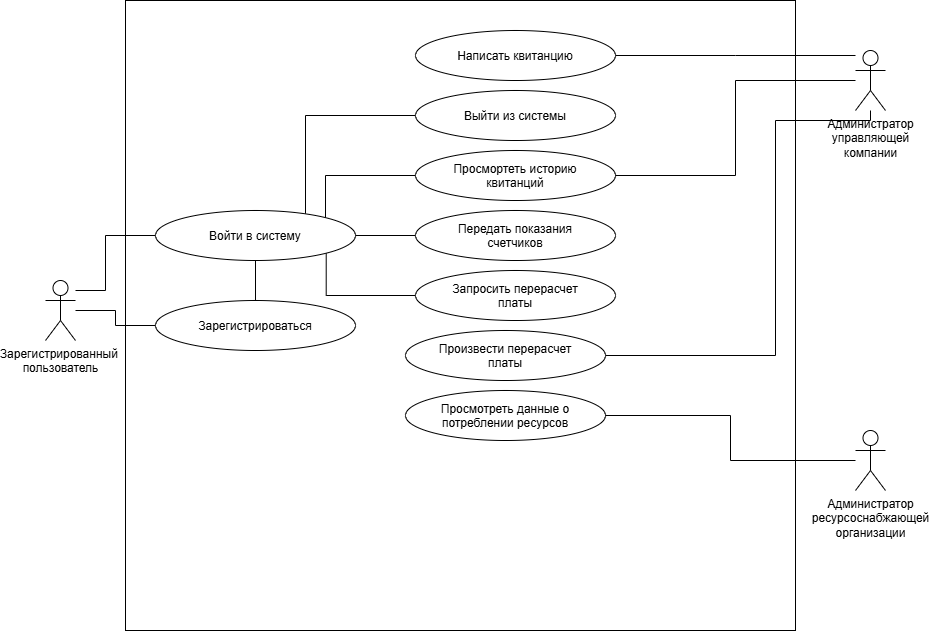
Above: docs/UseCase.png in rizunagd/project0 (draw.io), before the change. Source tidied: cells renumbered, new cells last; positions are measured from the earlier drawing's top-left corner, leaving out a move shared by most shapes.
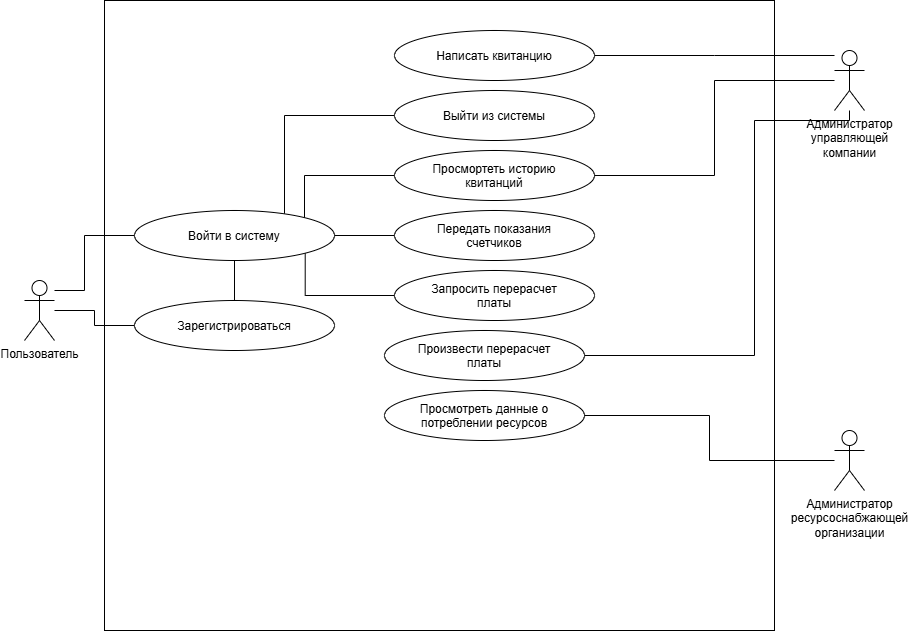
After the change.

Commit message:
исправлен usecase

Diff of the diagram source:
```diff
@@ -16,7 +16,7 @@
     <mxCell id="4" style="edgeStyle=orthogonalEdgeStyle;rounded=0;jettySize=auto;html=1;entryX=0;entryY=0.5;entryDx=0;entryDy=0;endArrow=none;endFill=0;" parent="1" edge="1" source="5" target="25">
       <mxGeometry relative="1" as="geometry" />
     </mxCell>
-    <mxCell id="5" value="Зарегистрированный&amp;nbsp;&lt;div&gt;пользователь&lt;/div&gt;" style="shape=umlActor;verticalLabelPosition=bottom;verticalAlign=top;html=1;outlineConnect=0;" parent="1" vertex="1">
+    <mxCell id="5" value="Пользователь" style="shape=umlActor;verticalLabelPosition=bottom;verticalAlign=top;html=1;outlineConnect=0;" parent="1" vertex="1">
       <mxGeometry y="280" width="30" height="60" as="geometry" />
     </mxCell>
     <mxCell id="6" style="edgeStyle=orthogonalEdgeStyle;rounded=0;jettySize=auto;html=1;entryX=0;entryY=0.5;entryDx=0;entryDy=0;endArrow=none;endFill=0;" parent="1" edge="1" source="10" target="11">
```
